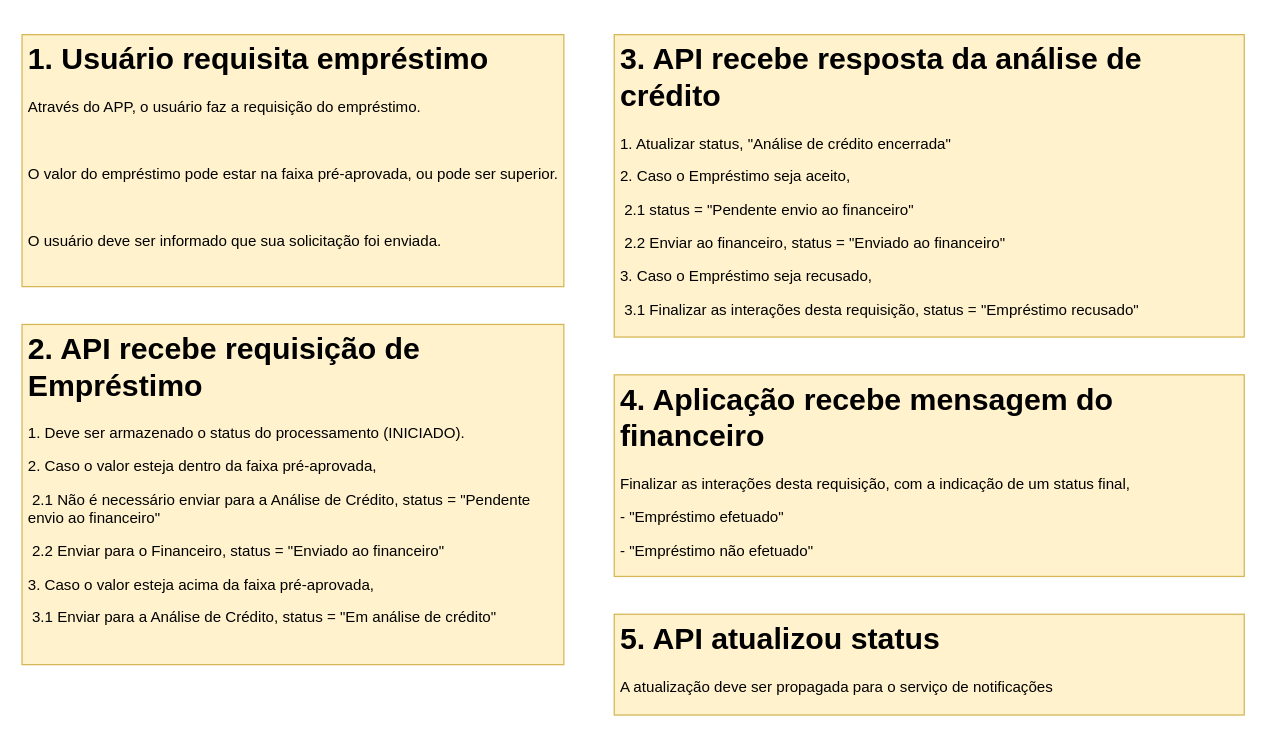
Before: diagramas/use-cases.drawio in z3fernandes/ACME-Assessoria-Financeira_Emprestimos, a draw.io diagram. Source tidied: cells renumbered, new cells numbered last; positions are measured from the earlier drawing's top-left corner, leaving out a move shared by most shapes. Both pictures are drawn from the tidied source at 126%, with x=0, y=0 at pixel (21, 34).
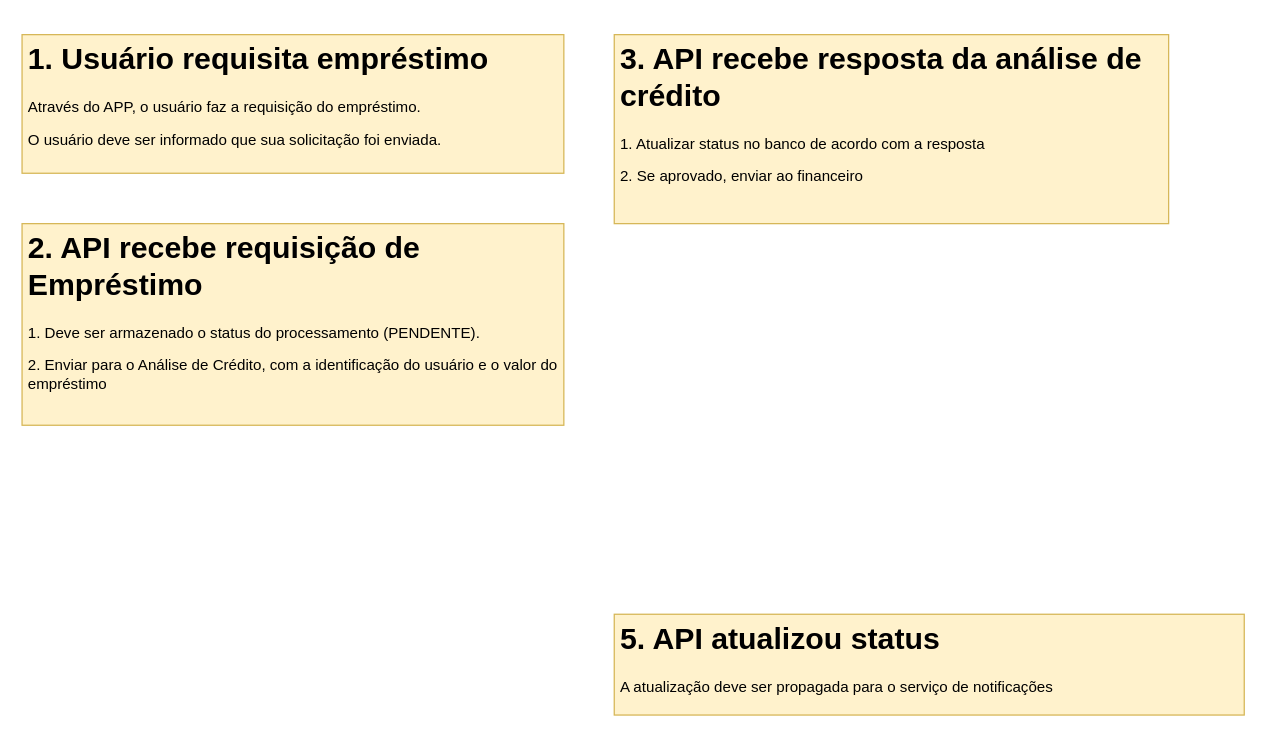
After the change.

Diff of the diagram source:
```diff
@@
 <mxGraphModel>
   <root>
     <mxCell id="0" />
     <mxCell id="1" parent="0" />
-    <mxCell id="2" value="&lt;h1&gt;&lt;font color=&quot;#000000&quot;&gt;1. Usuário requisita empréstimo&lt;/font&gt;&lt;/h1&gt;&lt;p&gt;&lt;font color=&quot;#000000&quot;&gt;Através do APP, o usuário faz a requisição do empréstimo.&lt;/font&gt;&lt;/p&gt;&lt;p&gt;&lt;font color=&quot;#000000&quot;&gt;&lt;br&gt;&lt;/font&gt;&lt;/p&gt;&lt;p&gt;&lt;font color=&quot;#000000&quot;&gt;O valor do empréstimo pode estar na faixa pré-aprovada, ou pode ser superior.&lt;/font&gt;&lt;/p&gt;&lt;p&gt;&lt;font color=&quot;#000000&quot;&gt;&lt;br&gt;&lt;/font&gt;&lt;/p&gt;&lt;p&gt;&lt;font color=&quot;#000000&quot;&gt;O usuário deve ser informado que sua solicitação foi enviada.&lt;/font&gt;&lt;/p&gt;" style="text;html=1;strokeColor=#d6b656;fillColor=#fff2cc;spacing=5;spacingTop=-20;whiteSpace=wrap;overflow=hidden;rounded=0;" parent="1" vertex="1">
-      <mxGeometry width="430" height="200" as="geometry" />
+    <mxCell id="2" value="&lt;h1&gt;&lt;font color=&quot;#000000&quot;&gt;1. Usuário requisita empréstimo&lt;/font&gt;&lt;/h1&gt;&lt;p&gt;&lt;font color=&quot;#000000&quot;&gt;Através do APP, o usuário faz a requisição do empréstimo.&lt;/font&gt;&lt;/p&gt;&lt;p&gt;&lt;font color=&quot;#000000&quot;&gt;O usuário deve ser informado que sua solicitação foi enviada.&lt;/font&gt;&lt;/p&gt;" style="text;html=1;strokeColor=#d6b656;fillColor=#fff2cc;spacing=5;spacingTop=-20;whiteSpace=wrap;overflow=hidden;rounded=0;" parent="1" vertex="1">
+      <mxGeometry width="430" height="110" as="geometry" />
     </mxCell>
-    <mxCell id="3" value="&lt;h1&gt;&lt;font color=&quot;#000000&quot;&gt;2. API recebe requisição de Empréstimo&lt;/font&gt;&lt;/h1&gt;&lt;p&gt;&lt;font color=&quot;#000000&quot;&gt;1. Deve ser armazenado o status do processamento (INICIADO).&lt;/font&gt;&lt;/p&gt;&lt;p&gt;&lt;span&gt;&lt;font color=&quot;#000000&quot;&gt;2. Caso o valor esteja dentro da faixa pré-aprovada,&lt;/font&gt;&lt;/span&gt;&lt;/p&gt;&lt;p&gt;&lt;span&gt;&lt;font color=&quot;#000000&quot;&gt;&lt;span&gt; &lt;/span&gt;&lt;span style=&quot;white-space: pre&quot;&gt; &lt;/span&gt;2.1 Não é necessário enviar para a Análise de Crédito, status = &quot;Pendente envio ao financeiro&quot;&lt;/font&gt;&lt;/span&gt;&lt;/p&gt;&lt;p&gt;&lt;span&gt;&lt;font color=&quot;#000000&quot;&gt;&lt;span style=&quot;white-space: pre&quot;&gt; &lt;/span&gt;2.2 Enviar para o Financeiro, status = &quot;Enviado ao financeiro&quot;&lt;/font&gt;&lt;/span&gt;&lt;/p&gt;&lt;p&gt;&lt;span&gt;&lt;font color=&quot;#000000&quot;&gt;3. Caso o valor esteja acima da faixa pré-aprovada,&lt;/font&gt;&lt;/span&gt;&lt;/p&gt;&lt;p&gt;&lt;span&gt;&lt;font color=&quot;#000000&quot;&gt;&lt;span style=&quot;white-space: pre&quot;&gt; &lt;/span&gt;3.1 Enviar para a Análise de Crédito, status = &quot;Em análise de crédito&quot;&lt;/font&gt;&lt;/span&gt;&lt;/p&gt;&lt;p&gt;&lt;br&gt;&lt;/p&gt;" style="text;html=1;strokeColor=#d6b656;fillColor=#fff2cc;spacing=5;spacingTop=-20;whiteSpace=wrap;overflow=hidden;rounded=0;" parent="1" vertex="1">
-      <mxGeometry y="230" width="430" height="270" as="geometry" />
+    <mxCell id="3" value="&lt;h1&gt;&lt;font color=&quot;#000000&quot;&gt;2. API recebe requisição de Empréstimo&lt;/font&gt;&lt;/h1&gt;&lt;p&gt;&lt;font color=&quot;#000000&quot;&gt;1. Deve ser armazenado o status do processamento (PENDENTE).&lt;/font&gt;&lt;/p&gt;&lt;p&gt;&lt;span&gt;&lt;font color=&quot;#000000&quot;&gt;2. Enviar para o &lt;/font&gt;&lt;/span&gt;&lt;span&gt;&lt;font color=&quot;#000000&quot;&gt;Análise de Crédito&lt;/font&gt;&lt;/span&gt;&lt;span&gt;&lt;font color=&quot;#000000&quot;&gt;, com a identificação do usuário e o valor do empréstimo&lt;br&gt;&lt;/font&gt;&lt;/span&gt;&lt;/p&gt;" style="text;html=1;strokeColor=#d6b656;fillColor=#fff2cc;spacing=5;spacingTop=-20;whiteSpace=wrap;overflow=hidden;rounded=0;" parent="1" vertex="1">
+      <mxGeometry y="150" width="430" height="160" as="geometry" />
     </mxCell>
-    <mxCell id="4" value="&lt;h1&gt;&lt;font color=&quot;#000000&quot;&gt;4. Aplicação recebe mensagem do financeiro&lt;/font&gt;&lt;/h1&gt;&lt;p&gt;&lt;span&gt;&lt;font color=&quot;#000000&quot;&gt;Finalizar as interações desta requisição, com a indicação de um status final,&amp;nbsp;&lt;/font&gt;&lt;/span&gt;&lt;/p&gt;&lt;p&gt;&lt;span&gt;&lt;font color=&quot;#000000&quot;&gt;- &quot;Empréstimo efetuado&quot;&lt;/font&gt;&lt;/span&gt;&lt;/p&gt;&lt;p&gt;&lt;font color=&quot;#000000&quot;&gt;- &quot;Empréstimo não efetuado&quot;&lt;/font&gt;&lt;span&gt;&lt;br&gt;&lt;/span&gt;&lt;/p&gt;" style="text;html=1;strokeColor=#d6b656;fillColor=#fff2cc;spacing=5;spacingTop=-20;whiteSpace=wrap;overflow=hidden;rounded=0;" parent="1" vertex="1">
-      <mxGeometry x="470" y="270" width="500" height="160" as="geometry" />
-    </mxCell>
-    <mxCell id="5" value="&lt;h1&gt;&lt;font color=&quot;#000000&quot;&gt;3. API recebe resposta da análise de crédito&lt;/font&gt;&lt;/h1&gt;&lt;p&gt;&lt;span&gt;&lt;font color=&quot;#000000&quot;&gt;1. Atualizar status, &quot;Análise de crédito encerrada&quot;&lt;/font&gt;&lt;/span&gt;&lt;/p&gt;&lt;p&gt;&lt;span&gt;&lt;font color=&quot;#000000&quot;&gt;2. Caso o Empréstimo seja aceito,&amp;nbsp;&lt;/font&gt;&lt;/span&gt;&lt;/p&gt;&lt;p&gt;&lt;span&gt;&lt;font color=&quot;#000000&quot;&gt;&lt;span style=&quot;white-space: pre&quot;&gt; &lt;/span&gt;2.1 status = &quot;Pendente envio ao financeiro&quot;&lt;/font&gt;&lt;/span&gt;&lt;/p&gt;&lt;p&gt;&lt;span&gt;&lt;font color=&quot;#000000&quot;&gt;&lt;span style=&quot;white-space: pre&quot;&gt; &lt;/span&gt;2.2 Enviar ao financeiro, status = &quot;Enviado ao financeiro&quot;&lt;/font&gt;&lt;/span&gt;&lt;/p&gt;&lt;p&gt;&lt;span&gt;&lt;font color=&quot;#000000&quot;&gt;3. Caso o Empréstimo seja recusado,&lt;/font&gt;&lt;/span&gt;&lt;/p&gt;&lt;p&gt;&lt;span&gt;&lt;font color=&quot;#000000&quot;&gt;&lt;span style=&quot;white-space: pre&quot;&gt; &lt;/span&gt;3.1 Finalizar as interações desta requisição, status = &quot;Empréstimo recusado&quot;&lt;/font&gt;&lt;br&gt;&lt;/span&gt;&lt;/p&gt;" style="text;html=1;strokeColor=#d6b656;fillColor=#fff2cc;spacing=5;spacingTop=-20;whiteSpace=wrap;overflow=hidden;rounded=0;" parent="1" vertex="1">
-      <mxGeometry x="470" width="500" height="240" as="geometry" />
+    <mxCell id="5" value="&lt;h1&gt;&lt;font color=&quot;#000000&quot;&gt;3. API recebe resposta da análise de crédito&lt;/font&gt;&lt;/h1&gt;&lt;p&gt;&lt;span&gt;&lt;font color=&quot;#000000&quot;&gt;1. Atualizar status no banco de acordo com a resposta&lt;br&gt;&lt;/font&gt;&lt;/span&gt;&lt;/p&gt;&lt;p&gt;&lt;span&gt;&lt;font color=&quot;#000000&quot;&gt;2. Se aprovado, enviar ao financeiro&lt;/font&gt;&lt;/span&gt;&lt;/p&gt;" style="text;html=1;strokeColor=#d6b656;fillColor=#fff2cc;spacing=5;spacingTop=-20;whiteSpace=wrap;overflow=hidden;rounded=0;" parent="1" vertex="1">
+      <mxGeometry x="470" width="440" height="150" as="geometry" />
     </mxCell>
     <mxCell id="6" value="&lt;h1&gt;&lt;font color=&quot;#000000&quot;&gt;5. API atualizou status&lt;/font&gt;&lt;/h1&gt;&lt;p&gt;&lt;font color=&quot;#000000&quot;&gt;A atualização deve ser propagada para o serviço de notificações&lt;/font&gt;&lt;/p&gt;" style="text;html=1;strokeColor=#d6b656;fillColor=#fff2cc;spacing=5;spacingTop=-20;whiteSpace=wrap;overflow=hidden;rounded=0;" parent="1" vertex="1">
       <mxGeometry x="470" y="460" width="500" height="80" as="geometry" />
     </mxCell>
   </root>
 </mxGraphModel>
```
